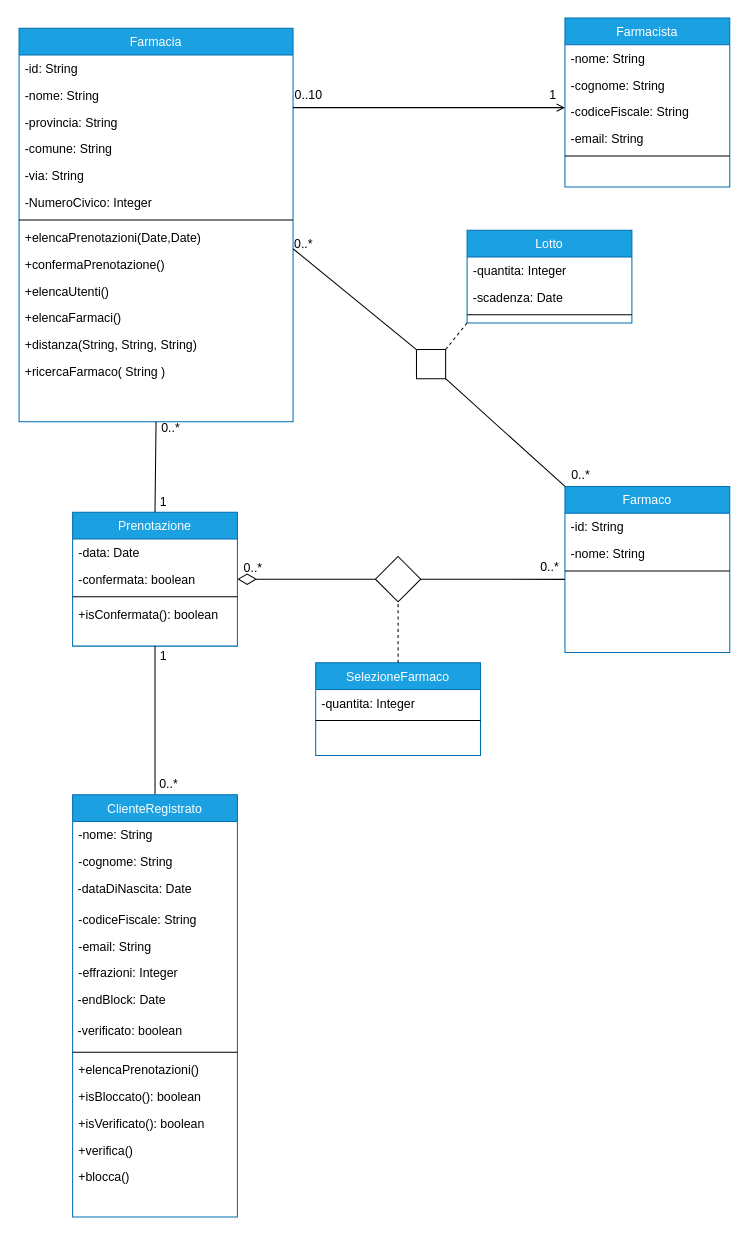
This is drawio/Architettura Logica/ModelloDominio.drawio from lnwor/farmabyte-doc, a draw.io file, before an edit. Source tidied: cells renumbered, new cells numbered last; positions are measured from the earlier drawing's top-left corner, leaving out a move shared by most shapes. Both pictures are drawn from the tidied source at 103%, with x=0, y=0 at pixel (19, 18).
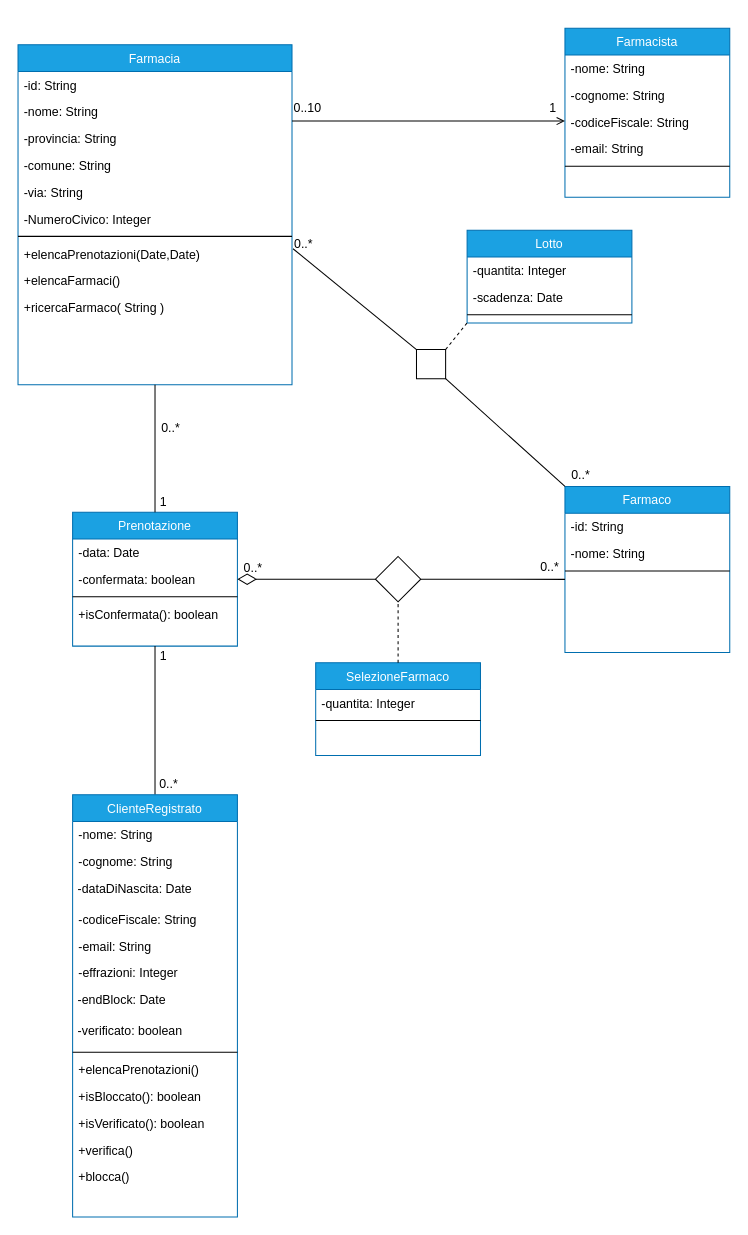
The same page after the edit.

Diff of the diagram source:
```diff
@@
     <mxCell id="2" value="Farmacia" style="swimlane;fontStyle=0;align=center;verticalAlign=top;horizontal=1;startSize=26;rounded=0;shadow=0;strokeWidth=1;fillColor=#1ba1e2;strokeColor=#006EAF;fontColor=#ffffff;" parent="1" vertex="1">
-      <mxGeometry y="10" width="266" height="382" as="geometry" />
+      <mxGeometry x="-1" y="26" width="266" height="330" as="geometry" />
     </mxCell>
@@
-    <mxCell id="11" value="+confermaPrenotazione()" style="text;align=left;verticalAlign=top;spacingLeft=4;spacingRight=4;overflow=hidden;" parent="2" vertex="1">
-      <mxGeometry y="216" width="266" height="26" as="geometry" />
-    </mxCell>
-    <mxCell id="12" value="+elencaUtenti()" style="text;align=left;verticalAlign=top;spacingLeft=4;spacingRight=4;overflow=hidden;" parent="2" vertex="1">
-      <mxGeometry y="242" width="266" height="26" as="geometry" />
-    </mxCell>
     <mxCell id="13" value="+elencaFarmaci()" style="text;align=left;verticalAlign=top;spacingLeft=4;spacingRight=4;overflow=hidden;" parent="2" vertex="1">
-      <mxGeometry y="268" width="266" height="26" as="geometry" />
+      <mxGeometry y="216" width="266" height="26" as="geometry" />
     </mxCell>
-    <mxCell id="14" value="+distanza(String, String, String) " style="text;align=left;verticalAlign=top;spacingLeft=4;spacingRight=4;overflow=hidden;" parent="2" vertex="1">
-      <mxGeometry y="294" width="266" height="26" as="geometry" />
-    </mxCell>
     <mxCell id="15" value="+ricercaFarmaco( String ) " style="text;align=left;verticalAlign=top;spacingLeft=4;spacingRight=4;overflow=hidden;" parent="2" vertex="1">
-      <mxGeometry y="320" width="266" height="26" as="geometry" />
+      <mxGeometry y="242" width="266" height="26" as="geometry" />
     </mxCell>
     <mxCell id="16" value="Farmacista" style="swimlane;fontStyle=0;align=center;verticalAlign=top;horizontal=1;startSize=26;rounded=0;shadow=0;strokeWidth=1;fillColor=#1ba1e2;strokeColor=#006EAF;fontColor=#ffffff;" parent="1" vertex="1">
-      <mxGeometry x="530" width="160" height="164" as="geometry" />
+      <mxGeometry x="530" y="10" width="160" height="164" as="geometry" />
     </mxCell>
```
